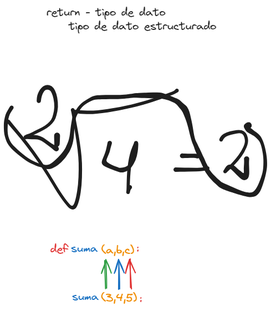
The Excalidraw diagram funciones/.excalidraw.png in ScorpioKn/curso_python, before a commit. Source tidied: one line per element, renumbered; positions are measured from the earlier drawing's top-left corner, leaving out a move shared by most shapes.
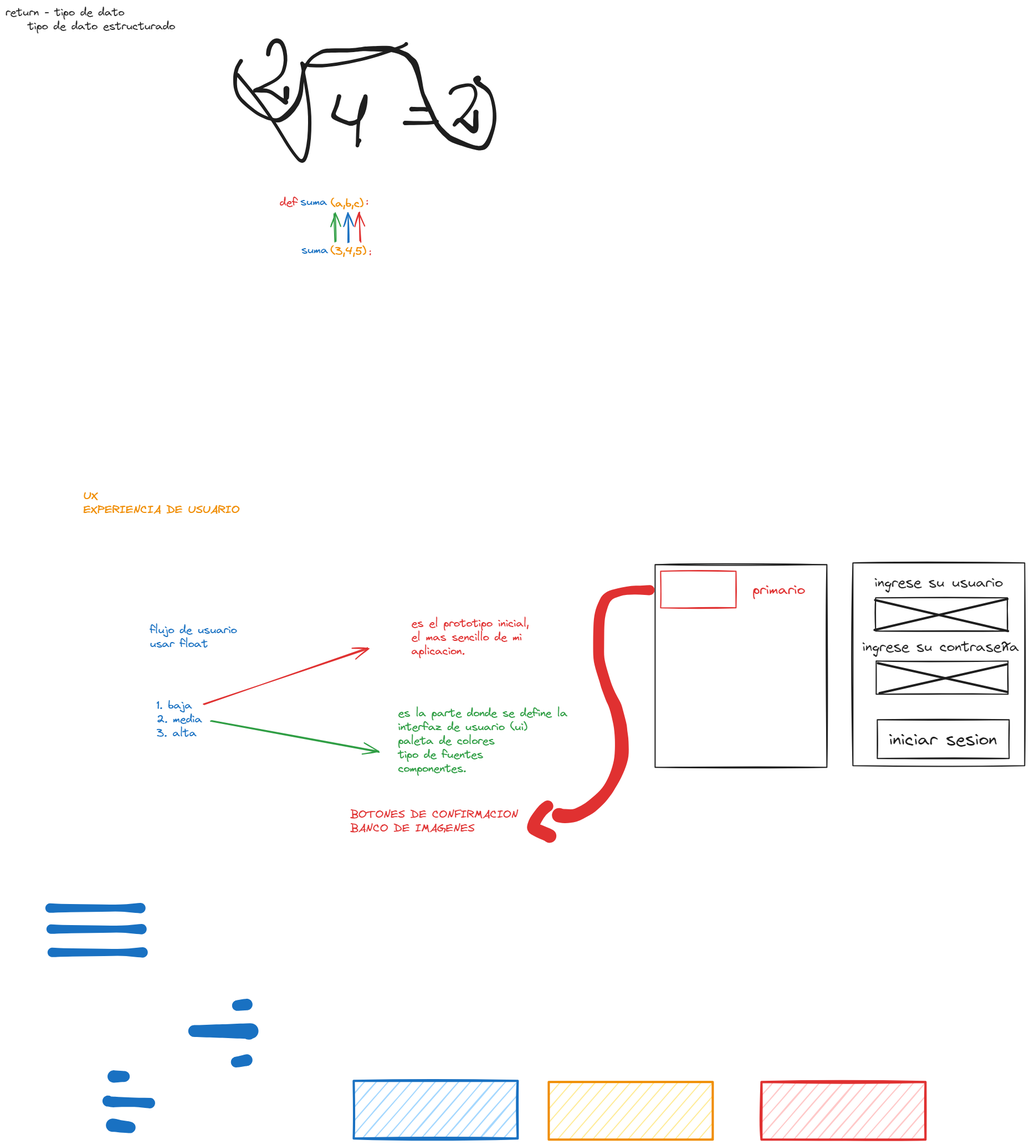
After the change.

What changed in the source:
```diff
@@ -1,4 +1,4 @@
-{"id": 0, "type": "text", "text": "return - tipo de dato\n    tipo de dato estructurado\n\n", "strokeColor": "#1e1e1e", "strokeWidth": 2, "roughness": 1, "fontSize": 20, "fontFamily": 1, "x": 74, "y": 0, "width": 306, "height": 100}
+{"id": 0, "type": "text", "text": "return - tipo de dato\n    tipo de dato estructurado\n\n", "strokeColor": "#1e1e1e", "strokeWidth": 2, "roughness": 1, "fontSize": 20, "fontFamily": 1, "x": -414, "y": 84, "width": 306, "height": 100}
 {"id": 1, "type": "freedraw", "strokeColor": "#1e1e1e", "strokeWidth": 2, "roughness": 1, "x": 60, "y": 172, "width": 58, "height": 114, "points": [[0, 0], [0, -1], [0, -2], [0, -3], [1, -10], [3, -16], [8, -24], [14, -27], [20, -27], [26, -22], [30, -12], [33, 3], [33, 24], [27, 36], [23, 42], [12, 50], [0, 55], [-15, 61], [-23, 65], [-25, 65], [-25, 66], [-24, 66], [-14, 65], [-9, 65], [6, 66], [12, 71], [18, 77], [24, 82], [28, 84], [30, 86], [32, 87], [33, 87], [33, 81], [33, 77], [33, 72], [33, 68], [33, 66], [33, 63], [33, 62], [33, 62]]}
 {"id": 2, "type": "freedraw", "strokeColor": "#1e1e1e", "strokeWidth": 2, "roughness": 1, "x": 5, "y": 209, "width": 306, "height": 215, "points": [[0, 0], [12, 15], [38, 45], [59, 74], [81, 108], [92, 129], [98, 139], [107, 151], [113, 157], [116, 159], [120, 158], [124, 150], [129, 128], [132, 97], [131, 66], [129, 47], [124, 20], [119, -5], [117, -14], [116, -20], [116, -23], [116, -22], [117, -20], [119, -19], [136, -15], [176, -15], [237, -28], [274, -40], [299, -51], [304, -54], [305, -54], [306, -54], [306, -55], [304, -56], [304, -56]]}
 {"id": 3, "type": "freedraw", "strokeColor": "#1e1e1e", "strokeWidth": 2, "roughness": 1, "x": 188, "y": 248, "width": 62, "height": 94, "points": [[0, 0], [-4, 16], [-5, 21], [-10, 31], [-12, 36], [-12, 38], [-9, 39], [2, 43], [14, 48], [18, 49], [20, 50], [25, 50], [35, 46], [42, 38], [50, 19], [50, 5], [49, -1], [48, -2], [47, -1], [44, 6], [39, 21], [35, 38], [33, 57], [33, 73], [33, 86], [33, 91], [33, 92], [33, 86], [35, 80], [37, 79], [37, 79]]}
@@ -16,3 +16,39 @@
 {"id": 15, "type": "arrow", "strokeColor": "#2f9e44", "strokeWidth": 2, "roughness": 1, "endArrowhead": "arrow", "round": true, "from": 13, "to": 10, "x": 181, "y": 511, "width": 1, "height": 52, "points": [[0, 0], [-1, -52]]}
 {"id": 16, "type": "arrow", "strokeColor": "#e03131", "strokeWidth": 2, "roughness": 1, "endArrowhead": "arrow", "round": true, "from": 14, "to": 11, "x": 226, "y": 509, "width": 1, "height": 52, "points": [[0, 0], [-1, -52]]}
 {"id": 17, "type": "arrow", "strokeColor": "#1971c2", "strokeWidth": 2, "roughness": 1, "endArrowhead": "arrow", "round": true, "from": 13, "to": 10, "x": 204, "y": 511, "width": 1, "height": 52, "points": [[0, 0], [-1, -52]]}
+{"id": 18, "type": "text", "text": "flujo de usuario\nusar float", "strokeColor": "#1971c2", "strokeWidth": 2, "roughness": 1, "fontSize": 20, "fontFamily": 1, "x": -154, "y": 1199, "width": 157, "height": 50}
+{"id": 19, "type": "text", "text": "1. baja\n2. media\n3. alta", "strokeColor": "#1971c2", "strokeWidth": 2, "roughness": 1, "fontSize": 20, "fontFamily": 1, "x": -142, "y": 1335, "width": 82, "height": 75}
+{"id": 20, "type": "arrow", "strokeColor": "#e03131", "strokeWidth": 2, "roughness": 1, "endArrowhead": "arrow", "round": true, "from": 19, "x": -56, "y": 1345, "width": 296, "height": 102, "points": [[0, 0], [296, -102]]}
+{"id": 21, "type": "arrow", "strokeColor": "#2f9e44", "strokeWidth": 2, "roughness": 1, "endArrowhead": "arrow", "round": true, "from": 19, "x": -44, "y": 1375, "width": 304, "height": 56, "points": [[0, 0], [304, 56]]}
+{"id": 22, "type": "text", "text": "es el prototipo inicial,\nel mas sencillo de mi\naplicacion.", "strokeColor": "#e03131", "strokeWidth": 2, "roughness": 1, "fontSize": 20, "fontFamily": 1, "x": 318, "y": 1187, "width": 213, "height": 75}
+{"id": 23, "type": "text", "text": "es la parte donde se define la \ninterfaz de usuario (ui)\npaleta de colores\ntipo de fuentes\ncomponentes.", "strokeColor": "#2f9e44", "strokeWidth": 2, "roughness": 1, "fontSize": 20, "fontFamily": 1, "x": 294, "y": 1349, "width": 316, "height": 125}
+{"id": 24, "type": "rectangle", "strokeColor": "#1e1e1e", "strokeWidth": 2, "roughness": 1, "x": 758, "y": 1093, "width": 310, "height": 366}
+{"id": 25, "type": "rectangle", "strokeColor": "#1e1e1e", "strokeWidth": 2, "roughness": 1, "x": 1115, "y": 1090, "width": 310, "height": 366}
+{"id": 26, "type": "rectangle", "strokeColor": "#e03131", "strokeWidth": 2, "roughness": 1, "x": 768, "y": 1105, "width": 136, "height": 66}
+{"id": 27, "type": "text", "text": "primario", "strokeColor": "#e03131", "strokeWidth": 2, "roughness": 1, "fontSize": 26, "fontFamily": 1, "x": 934, "y": 1124, "width": 95, "height": 32}
+{"id": 28, "type": "rectangle", "strokeColor": "#1e1e1e", "strokeWidth": 2, "roughness": 1, "x": 1156, "y": 1153, "width": 238, "height": 60}
+{"id": 29, "type": "rectangle", "strokeColor": "#1e1e1e", "strokeWidth": 2, "roughness": 1, "x": 1159, "y": 1373, "width": 238, "height": 70}
+{"id": 30, "type": "rectangle", "strokeColor": "#1e1e1e", "strokeWidth": 2, "roughness": 1, "x": 1157, "y": 1267, "width": 238, "height": 60}
+{"id": 31, "type": "text", "text": "ingrese su usuario", "strokeColor": "#1e1e1e", "strokeWidth": 2, "roughness": 1, "fontSize": 26, "fontFamily": 1, "x": 1154, "y": 1111, "width": 232, "height": 32}
+{"id": 32, "type": "text", "text": "ingrese su contraseña", "strokeColor": "#1e1e1e", "strokeWidth": 2, "roughness": 1, "fontSize": 26, "fontFamily": 1, "x": 1132, "y": 1227, "width": 283, "height": 32}
+{"id": 33, "type": "text", "text": "iniciar sesion", "strokeColor": "#1e1e1e", "strokeWidth": 2, "roughness": 1, "fontSize": 32, "fontFamily": 1, "x": 1180, "y": 1390, "width": 195, "height": 40}
+{"id": 34, "type": "freedraw", "strokeColor": "#1971c2", "strokeWidth": 4, "roughness": 1, "x": -334, "y": 1713, "width": 164, "height": 0, "points": [[0, 0], [2, 0], [8, 0], [32, 0], [80, 0], [124, 0], [140, 0], [144, 0], [150, 0], [154, 0], [158, 0], [162, 0], [164, 0], [164, 0]]}
+{"id": 35, "type": "freedraw", "strokeColor": "#1971c2", "strokeWidth": 4, "roughness": 1, "x": -330, "y": 1793, "width": 164, "height": 0, "points": [[0, 0], [2, 0], [8, 0], [32, 0], [80, 0], [124, 0], [140, 0], [144, 0], [150, 0], [154, 0], [158, 0], [162, 0], [164, 0], [164, 0]]}
+{"id": 36, "type": "freedraw", "strokeColor": "#1971c2", "strokeWidth": 4, "roughness": 1, "x": -332, "y": 1751, "width": 164, "height": 0, "points": [[0, 0], [2, 0], [8, 0], [32, 0], [80, 0], [124, 0], [140, 0], [144, 0], [150, 0], [154, 0], [158, 0], [162, 0], [164, 0], [164, 0]]}
+{"id": 37, "type": "freedraw", "strokeColor": "#1971c2", "strokeWidth": 4, "roughness": 1, "x": -74, "y": 1935, "width": 104, "height": 2, "points": [[0, 0], [2, 0], [4, 0], [8, 0], [16, 0], [20, 0], [28, 0], [34, 0], [38, 0], [44, 0], [50, 0], [56, 0], [60, 0], [62, 0], [66, 0], [70, 0], [72, 0], [74, 0], [76, 0], [80, 0], [82, 0], [84, 0], [88, 0], [90, 0], [92, 0], [94, 0], [96, 0], [98, 0], [102, 0], [104, 0], [102, 0], [98, 2], [98, 2]]}
+{"id": 38, "type": "freedraw", "strokeColor": "#1971c2", "strokeWidth": 4, "roughness": 1, "x": 4, "y": 1889, "width": 18, "height": 2, "points": [[0, 0], [2, -2], [4, -2], [8, -2], [10, -2], [14, -2], [16, -2], [18, -2], [18, -2]]}
+{"id": 39, "type": "freedraw", "strokeColor": "#1971c2", "strokeWidth": 4, "roughness": 1, "x": 2, "y": 1991, "width": 20, "height": 4, "points": [[0, 0], [2, 0], [6, 0], [8, 0], [14, -2], [18, -2], [20, -4], [20, -4]]}
+{"id": 40, "type": "freedraw", "strokeColor": "#1971c2", "strokeWidth": 4, "roughness": 1, "x": -154, "y": 2065, "width": 76, "height": 4, "points": [[0, 0], [-4, 0], [-6, -2], [-36, -2], [-44, -2], [-54, -2], [-64, -2], [-70, -2], [-74, -2], [-76, -2], [-76, -4], [-76, -4]]}
+{"id": 41, "type": "freedraw", "strokeColor": "#1971c2", "strokeWidth": 4, "roughness": 1, "x": -200, "y": 2017, "width": 20, "height": 0, "points": [[0, 0], [-2, 0], [-6, 0], [-8, 0], [-10, 0], [-12, 0], [-14, 0], [-16, 0], [-18, 0], [-20, 0], [-20, 0]]}
+{"id": 42, "type": "freedraw", "strokeColor": "#1971c2", "strokeWidth": 4, "roughness": 1, "x": -190, "y": 2109, "width": 32, "height": 4, "points": [[0, 0], [-2, 0], [-4, 0], [-6, -2], [-10, -2], [-12, -2], [-16, -2], [-20, -2], [-24, -4], [-26, -4], [-28, -4], [-30, -4], [-32, -4], [-32, -4]]}
+{"id": 43, "type": "rectangle", "strokeColor": "#1971c2", "backgroundColor": "#a5d8ff", "fillStyle": "hachure", "strokeWidth": 4, "roughness": 1, "x": 214, "y": 2025, "width": 296, "height": 104}
+{"id": 44, "type": "rectangle", "strokeColor": "#e03131", "backgroundColor": "#ffc9c9", "fillStyle": "hachure", "strokeWidth": 4, "roughness": 1, "x": 950, "y": 2027, "width": 296, "height": 104}
+{"id": 45, "type": "rectangle", "strokeColor": "#f08c00", "backgroundColor": "#ffec99", "fillStyle": "hachure", "strokeWidth": 4, "roughness": 0, "x": 566, "y": 2027, "width": 296, "height": 104}
+{"id": 46, "type": "text", "text": "BOTONES DE CONFIRMACION \nBANCO DE IMAGENES", "strokeColor": "#e03131", "backgroundColor": "#ffc9c9", "fillStyle": "hachure", "strokeWidth": 4, "roughness": 0, "fontSize": 20, "fontFamily": 1, "x": 208, "y": 1532, "width": 313, "height": 50}
+{"id": 47, "type": "freedraw", "strokeColor": "#e03131", "backgroundColor": "#ffc9c9", "fillStyle": "hachure", "strokeWidth": 4, "roughness": 0, "x": 748, "y": 1139, "width": 164, "height": 408, "points": [[0, 0], [-10, 0], [-44, 0], [-70, 8], [-80, 16], [-88, 36], [-92, 56], [-92, 80], [-92, 102], [-92, 126], [-86, 148], [-78, 172], [-72, 188], [-66, 202], [-58, 216], [-56, 230], [-52, 246], [-52, 260], [-50, 272], [-50, 286], [-50, 300], [-56, 324], [-68, 350], [-80, 368], [-90, 378], [-100, 386], [-114, 398], [-130, 406], [-138, 408], [-144, 408], [-150, 408], [-154, 408], [-158, 408], [-164, 406]]}
+{"id": 48, "type": "freedraw", "strokeColor": "#e03131", "backgroundColor": "#ffc9c9", "fillStyle": "hachure", "strokeWidth": 4, "roughness": 0, "x": 564, "y": 1529, "width": 32, "height": 54, "points": [[0, 0], [-2, 0], [-4, 0], [-6, 2], [-10, 6], [-16, 12], [-20, 22], [-24, 28], [-28, 36], [-28, 40], [-28, 42], [-26, 42], [-22, 42], [-16, 44], [-14, 46], [-4, 50], [0, 52], [2, 52], [2, 54], [4, 54], [4, 54]]}
+{"id": 49, "type": "text", "text": "UX\nEXPERIENCIA DE USUARIO", "strokeColor": "#f08c00", "backgroundColor": "#ffc9c9", "fillStyle": "hachure", "strokeWidth": 4, "roughness": 0, "fontSize": 20, "fontFamily": 1, "x": -274, "y": 957, "width": 282, "height": 50}
+{"id": 50, "type": "line", "strokeColor": "#1e1e1e", "backgroundColor": "#ffc9c9", "fillStyle": "hachure", "strokeWidth": 4, "roughness": 0, "x": 1394, "y": 1155, "width": 240, "height": 56, "points": [[0, 0], [-240, 56]]}
+{"id": 51, "type": "line", "strokeColor": "#1e1e1e", "backgroundColor": "#ffc9c9", "fillStyle": "hachure", "strokeWidth": 4, "roughness": 0, "x": 1393, "y": 1273, "width": 230, "height": 52, "points": [[0, 0], [-230, 52]]}
+{"id": 52, "type": "line", "strokeColor": "#1e1e1e", "backgroundColor": "#ffc9c9", "fillStyle": "hachure", "strokeWidth": 4, "roughness": 0, "x": 1155, "y": 1157, "width": 240, "height": 56, "points": [[0, 0], [240, 56]]}
+{"id": 53, "type": "line", "strokeColor": "#1e1e1e", "backgroundColor": "#ffc9c9", "fillStyle": "hachure", "strokeWidth": 4, "roughness": 0, "x": 1160, "y": 1271, "width": 234, "height": 52, "points": [[0, 0], [234, 52]]}
```
